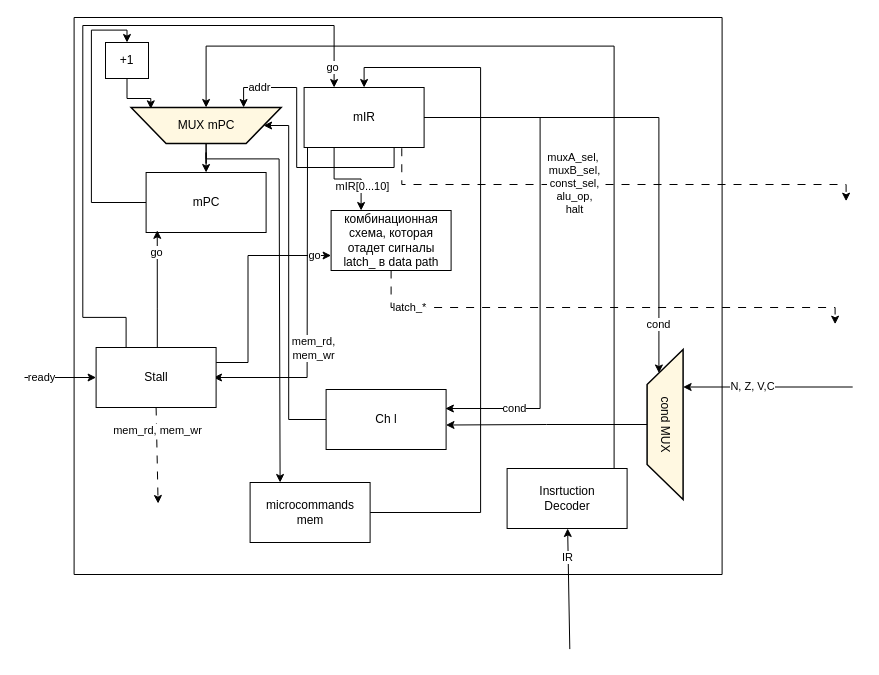
MKoblents/mz keeps this draw.io diagram as page "Page-2" (2 of 2) of docs/scheme.drawio. Above is the earlier version. Source tidied: cells renumbered, new cells numbered last; positions are measured from the earlier drawing's top-left corner, leaving out a move shared by most shapes. Both pictures are drawn from the tidied source at 100%, with x=0, y=0 at pixel (24, 17).
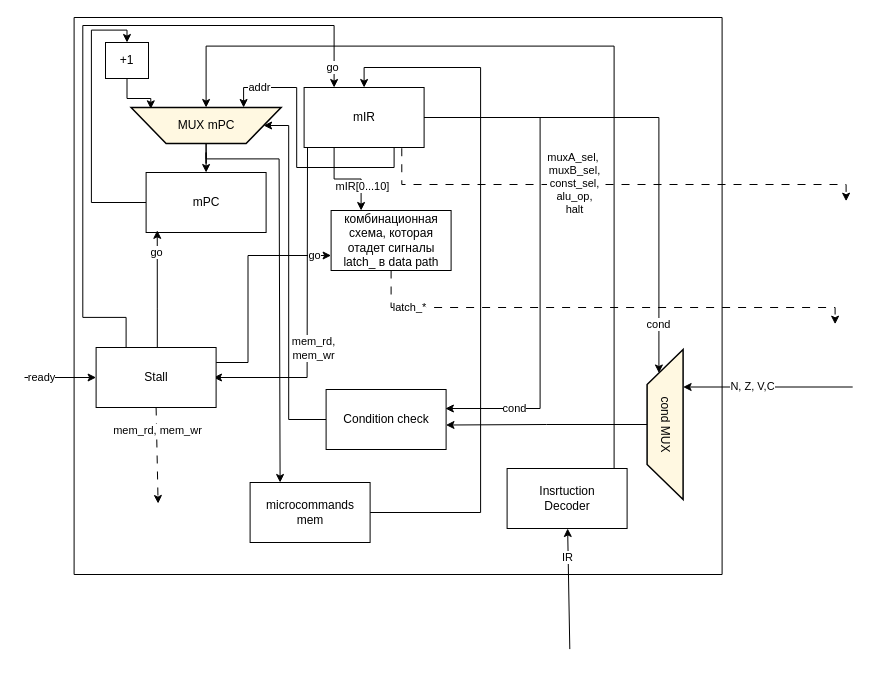
The same page after the edit.

Commit message (it also covers changes not shown here):
scheme corrected

The change refers to these unchanged cells:
```xml
<mxCell id="2" style="swimlane;startSize=0;" parent="1" vertex="1">
  <mxGeometry x="49.6" width="648" height="557" as="geometry" />
</mxCell>
```

Change to the diagram source:
```diff
@@
-    <mxCell id="25" value="Ch l" style="rounded=0;whiteSpace=wrap;html=1;" parent="2" vertex="1">
+    <mxCell id="25" value="Condition check" style="rounded=0;whiteSpace=wrap;html=1;" parent="2" vertex="1">
       <mxGeometry x="252" y="372" width="120" height="60" as="geometry" />
     </mxCell>
```
